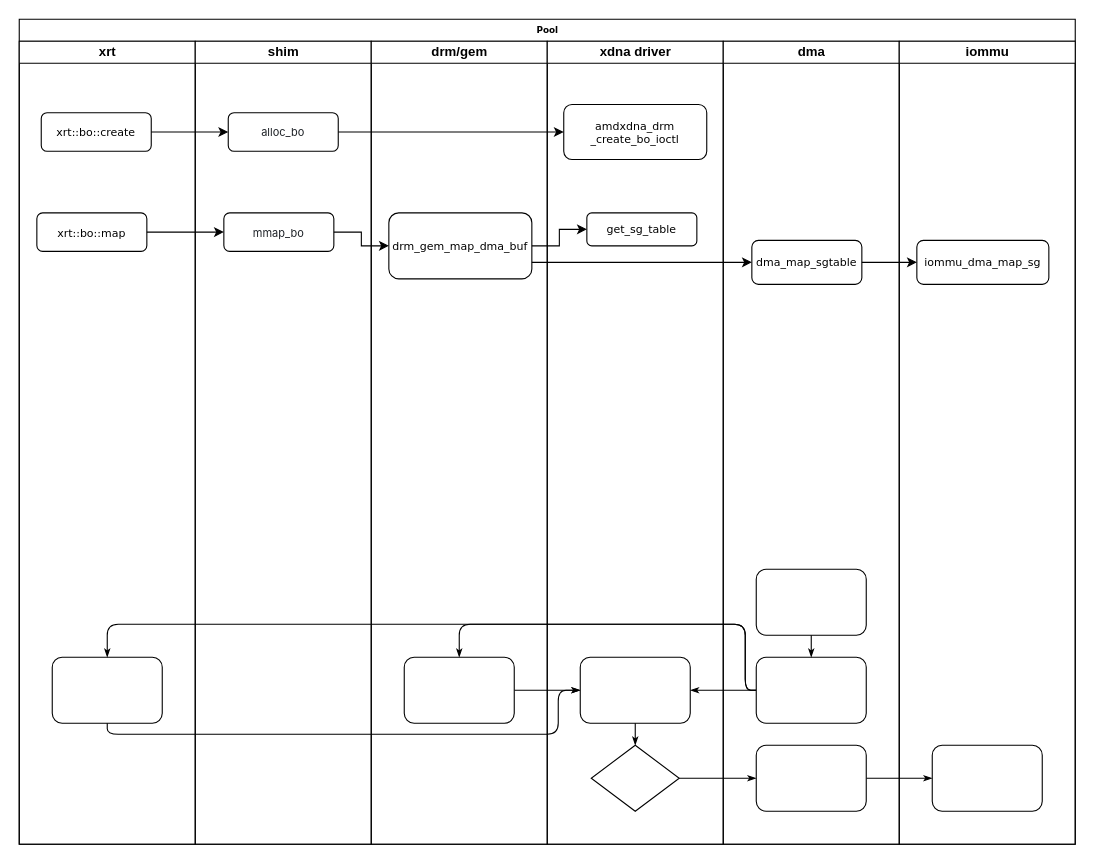
This is bo_alloc_map.drawio from samwyi/test, a draw.io file, before an edit. Source tidied: cells renumbered, new cells numbered last; positions are measured from the earlier drawing's top-left corner, leaving out a move shared by most shapes. Both pictures are drawn from the tidied source at 110%, with x=0, y=0 at pixel (19, 19).
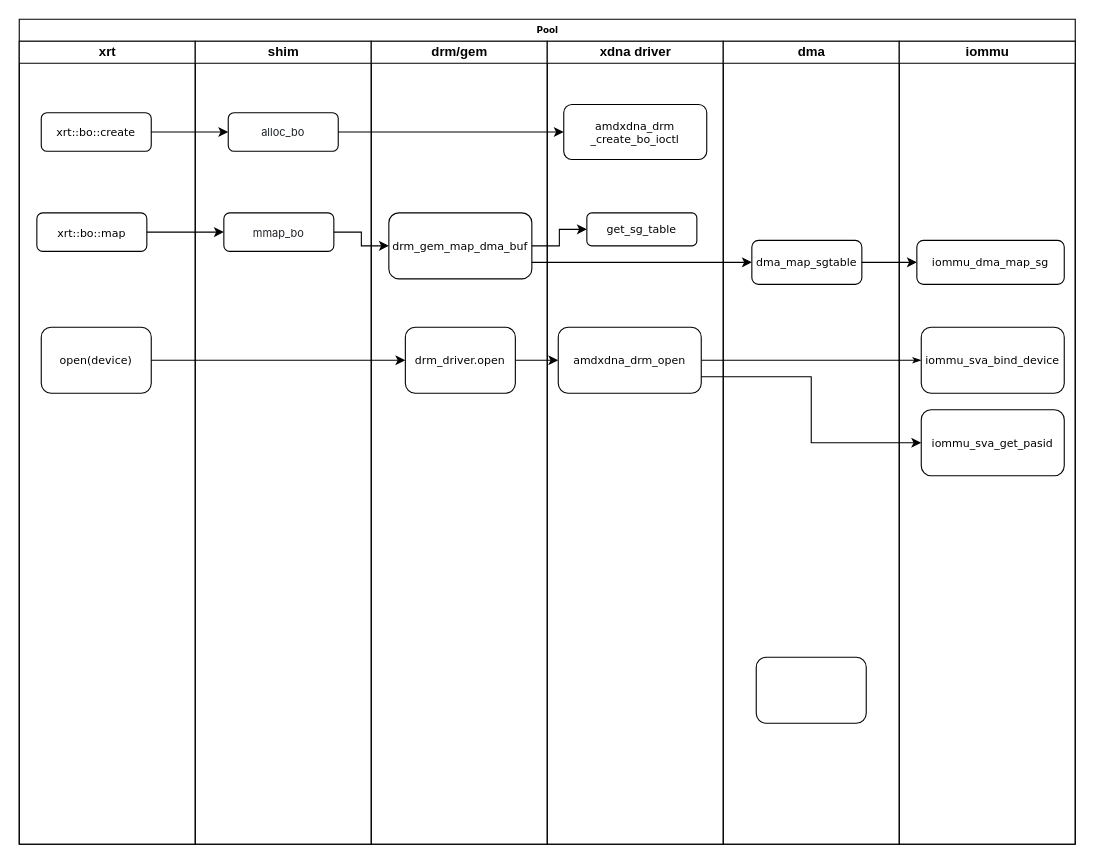
The same page after the edit.

The change refers to these unchanged cells:
```xml
<mxCell id="2" value="Pool" style="swimlane;html=1;startSize=20;rounded=0;shadow=0;labelBackgroundColor=none;strokeWidth=1;fontFamily=Verdana;fontSize=8;align=center;" parent="1" vertex="1">
  <mxGeometry width="960" height="750" as="geometry" />
</mxCell>
<mxCell id="3" value="xrt" style="swimlane;html=1;startSize=20;" parent="2" vertex="1">
  <mxGeometry y="20" width="160" height="730" as="geometry" />
</mxCell>
<mxCell id="15" value="drm/gem" style="swimlane;html=1;startSize=20;" parent="2" vertex="1">
  <mxGeometry x="320" y="20" width="160" height="730" as="geometry" />
</mxCell>
<mxCell id="17" value="xdna driver" style="swimlane;html=1;startSize=20;" parent="2" vertex="1">
  <mxGeometry x="480" y="20" width="160" height="730" as="geometry" />
</mxCell>
<mxCell id="22" value="dma" style="swimlane;html=1;startSize=20;" parent="2" vertex="1">
  <mxGeometry x="640" y="20" width="160" height="730" as="geometry" />
</mxCell>
<mxCell id="24" style="rounded=1;whiteSpace=wrap;html=1;shadow=0;labelBackgroundColor=none;strokeWidth=1;fontFamily=Verdana;fontSize=8;align=center;" parent="22" vertex="1">
  <mxGeometry x="30" y="560" width="100" height="60" as="geometry" />
</mxCell>
<mxCell id="27" value="iommu" style="swimlane;html=1;startSize=20;" parent="2" vertex="1">
  <mxGeometry x="800" y="20" width="160" height="730" as="geometry" />
</mxCell>
```

Change to the diagram source:
```diff
@@
-    <mxCell id="5" style="rounded=1;whiteSpace=wrap;html=1;shadow=0;labelBackgroundColor=none;strokeWidth=1;fontFamily=Verdana;fontSize=8;align=center;" parent="3" vertex="1">
-      <mxGeometry x="30" y="560" width="100" height="60" as="geometry" />
+    <mxCell id="5" value="open(device)" style="rounded=1;whiteSpace=wrap;html=1;shadow=0;labelBackgroundColor=none;strokeWidth=1;fontFamily=Verdana;fontSize=10;align=center;" parent="3" vertex="1">
+      <mxGeometry x="20" y="260" width="100" height="60" as="geometry" />
     </mxCell>
-    <mxCell id="6" style="edgeStyle=orthogonalEdgeStyle;rounded=1;html=1;labelBackgroundColor=none;startArrow=none;startFill=0;startSize=5;endArrow=classicThin;endFill=1;endSize=5;jettySize=auto;strokeWidth=1;fontFamily=Verdana;fontSize=8;" parent="2" edge="1" source="19" target="25">
-      <mxGeometry relative="1" as="geometry" />
-    </mxCell>
@@
-    <mxCell id="8" style="edgeStyle=orthogonalEdgeStyle;rounded=1;html=1;labelBackgroundColor=none;startArrow=none;startFill=0;startSize=5;endArrow=classicThin;endFill=1;endSize=5;jettySize=auto;strokeWidth=1;fontFamily=Verdana;fontSize=8;" parent="2" edge="1" source="24" target="16">
-      <mxGeometry relative="1" as="geometry">
-        <Array as="points">
-          <mxPoint x="660" y="610" />
-          <mxPoint x="660" y="550" />
-          <mxPoint x="400" y="550" />
-        </Array>
-      </mxGeometry>
-    </mxCell>
-    <mxCell id="9" style="edgeStyle=orthogonalEdgeStyle;rounded=1;html=1;labelBackgroundColor=none;startArrow=none;startFill=0;startSize=5;endArrow=classicThin;endFill=1;endSize=5;jettySize=auto;strokeColor=#000000;strokeWidth=1;fontFamily=Verdana;fontSize=8;fontColor=#000000;" parent="2" edge="1" source="24" target="18">
-      <mxGeometry relative="1" as="geometry" />
-    </mxCell>
-    <mxCell id="10" style="edgeStyle=orthogonalEdgeStyle;rounded=1;html=1;labelBackgroundColor=none;startArrow=none;startFill=0;startSize=5;endArrow=classicThin;endFill=1;endSize=5;jettySize=auto;strokeWidth=1;fontFamily=Verdana;fontSize=8;" parent="2" edge="1" source="24" target="5">
-      <mxGeometry relative="1" as="geometry">
-        <Array as="points">
-          <mxPoint x="660" y="610" />
-          <mxPoint x="660" y="550" />
-          <mxPoint x="80" y="550" />
-        </Array>
-      </mxGeometry>
-    </mxCell>
-    <mxCell id="11" style="edgeStyle=orthogonalEdgeStyle;rounded=1;html=1;labelBackgroundColor=none;startArrow=none;startFill=0;startSize=5;endArrow=classicThin;endFill=1;endSize=5;jettySize=auto;strokeWidth=1;fontFamily=Verdana;fontSize=8;" parent="2" edge="1" source="5" target="18">
-      <mxGeometry relative="1" as="geometry">
-        <Array as="points">
-          <mxPoint x="80" y="650" />
-          <mxPoint x="490" y="650" />
-          <mxPoint x="490" y="610" />
-        </Array>
-      </mxGeometry>
-    </mxCell>
-    <mxCell id="12" style="edgeStyle=orthogonalEdgeStyle;rounded=1;html=1;labelBackgroundColor=none;startArrow=none;startFill=0;startSize=5;endArrow=classicThin;endFill=1;endSize=5;jettySize=auto;strokeWidth=1;fontFamily=Verdana;fontSize=8;" parent="2" edge="1" source="16" target="18">
-      <mxGeometry relative="1" as="geometry" />
-    </mxCell>
@@
-    <mxCell id="16" style="rounded=1;whiteSpace=wrap;html=1;shadow=0;labelBackgroundColor=none;strokeWidth=1;fontFamily=Verdana;fontSize=8;align=center;" parent="15" vertex="1">
-      <mxGeometry x="30" y="560" width="100" height="60" as="geometry" />
+    <mxCell id="16" value="drm_driver.open" style="rounded=1;whiteSpace=wrap;html=1;shadow=0;labelBackgroundColor=none;strokeWidth=1;fontFamily=Verdana;fontSize=10;align=center;" parent="15" vertex="1">
+      <mxGeometry x="31" y="260" width="100" height="60" as="geometry" />
     </mxCell>
@@
-    <mxCell id="18" style="rounded=1;whiteSpace=wrap;html=1;shadow=0;labelBackgroundColor=none;strokeWidth=1;fontFamily=Verdana;fontSize=8;align=center;" parent="17" vertex="1">
-      <mxGeometry x="30" y="560" width="100" height="60" as="geometry" />
-    </mxCell>
-    <mxCell id="19" style="rhombus;whiteSpace=wrap;html=1;rounded=0;shadow=0;labelBackgroundColor=none;strokeWidth=1;fontFamily=Verdana;fontSize=8;align=center;" parent="17" vertex="1">
-      <mxGeometry x="40" y="640" width="80" height="60" as="geometry" />
-    </mxCell>
-    <mxCell id="20" style="edgeStyle=orthogonalEdgeStyle;rounded=1;html=1;labelBackgroundColor=none;startArrow=none;startFill=0;startSize=5;endArrow=classicThin;endFill=1;endSize=5;jettySize=auto;strokeWidth=1;fontFamily=Verdana;fontSize=8;" parent="17" edge="1" source="18" target="19">
-      <mxGeometry relative="1" as="geometry" />
-    </mxCell>
@@
+    <mxCell id="25" value="amdxdna_drm_open" style="rounded=1;whiteSpace=wrap;html=1;shadow=0;labelBackgroundColor=none;strokeWidth=1;fontFamily=Verdana;fontSize=10;align=center;" parent="17" vertex="1">
+      <mxGeometry x="10" y="260" width="130" height="60" as="geometry" />
+    </mxCell>
@@
-    <mxCell id="23" style="rounded=1;whiteSpace=wrap;html=1;shadow=0;labelBackgroundColor=none;strokeWidth=1;fontFamily=Verdana;fontSize=8;align=center;" parent="22" vertex="1">
-      <mxGeometry x="30" y="480" width="100" height="60" as="geometry" />
-    </mxCell>
@@
-    <mxCell id="25" style="rounded=1;whiteSpace=wrap;html=1;shadow=0;labelBackgroundColor=none;strokeWidth=1;fontFamily=Verdana;fontSize=8;align=center;" parent="22" vertex="1">
-      <mxGeometry x="30" y="640" width="100" height="60" as="geometry" />
-    </mxCell>
-    <mxCell id="26" style="edgeStyle=orthogonalEdgeStyle;rounded=1;html=1;labelBackgroundColor=none;startArrow=none;startFill=0;startSize=5;endArrow=classicThin;endFill=1;endSize=5;jettySize=auto;strokeWidth=1;fontFamily=Verdana;fontSize=8;" parent="22" edge="1" source="23" target="24">
-      <mxGeometry relative="1" as="geometry" />
-    </mxCell>
@@
-    <mxCell id="28" style="rounded=1;whiteSpace=wrap;html=1;shadow=0;labelBackgroundColor=none;strokeWidth=1;fontFamily=Verdana;fontSize=8;align=center;" parent="27" vertex="1">
-      <mxGeometry x="30" y="640" width="100" height="60" as="geometry" />
+    <mxCell id="28" value="iommu_sva_bind_device" style="rounded=1;whiteSpace=wrap;html=1;shadow=0;labelBackgroundColor=none;strokeWidth=1;fontFamily=Verdana;fontSize=10;align=center;" parent="27" vertex="1">
+      <mxGeometry x="20" y="260" width="130" height="60" as="geometry" />
     </mxCell>
+    <mxCell id="23" value="iommu_sva_get_pasid" style="rounded=1;whiteSpace=wrap;html=1;shadow=0;labelBackgroundColor=none;strokeWidth=1;fontFamily=Verdana;fontSize=10;align=center;" parent="27" vertex="1">
+      <mxGeometry x="20" y="335" width="130" height="60" as="geometry" />
+    </mxCell>
@@
+    <mxCell id="42" style="edgeStyle=orthogonalEdgeStyle;rounded=0;jettySize=auto;html=1;exitX=1;exitY=0.75;exitDx=0;exitDy=0;entryX=0;entryY=0.5;entryDx=0;entryDy=0;" parent="2" edge="1" source="25" target="23">
+      <mxGeometry relative="1" as="geometry" />
+    </mxCell>
+    <mxCell id="43" style="edgeStyle=orthogonalEdgeStyle;rounded=0;jettySize=auto;html=1;exitX=1;exitY=0.5;exitDx=0;exitDy=0;entryX=0;entryY=0.5;entryDx=0;entryDy=0;" parent="2" edge="1" source="5" target="16">
+      <mxGeometry relative="1" as="geometry" />
+    </mxCell>
+    <mxCell id="44" style="edgeStyle=orthogonalEdgeStyle;rounded=0;jettySize=auto;html=1;exitX=1;exitY=0.5;exitDx=0;exitDy=0;entryX=0;entryY=0.5;entryDx=0;entryDy=0;" parent="2" edge="1" source="16" target="25">
+      <mxGeometry relative="1" as="geometry" />
+    </mxCell>
@@
     <mxCell id="36" value="iommu_dma_map_sg" style="rounded=1;whiteSpace=wrap;html=1;shadow=0;labelBackgroundColor=none;strokeWidth=1;fontFamily=Verdana;fontSize=10;align=center;" parent="1" vertex="1">
-      <mxGeometry x="816" y="201" width="120" height="40" as="geometry" />
+      <mxGeometry x="816" y="201" width="134" height="40" as="geometry" />
     </mxCell>
```
